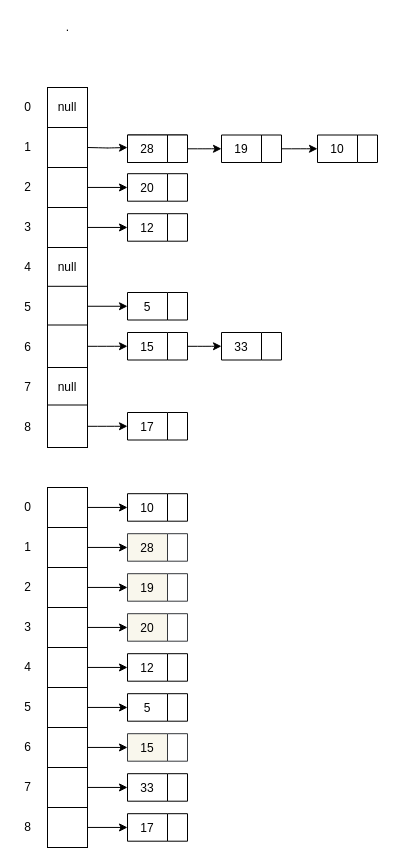
liviafernanda/teste2 keeps this draw.io diagram as Untitled Diagram.drawio. Above is the earlier version. Source tidied: cells renumbered, new cells numbered last; positions are measured from the earlier drawing's top-left corner, leaving out a move shared by most shapes. Both pictures are drawn from the tidied source at 100%, with x=0, y=0 at pixel (17, 17).
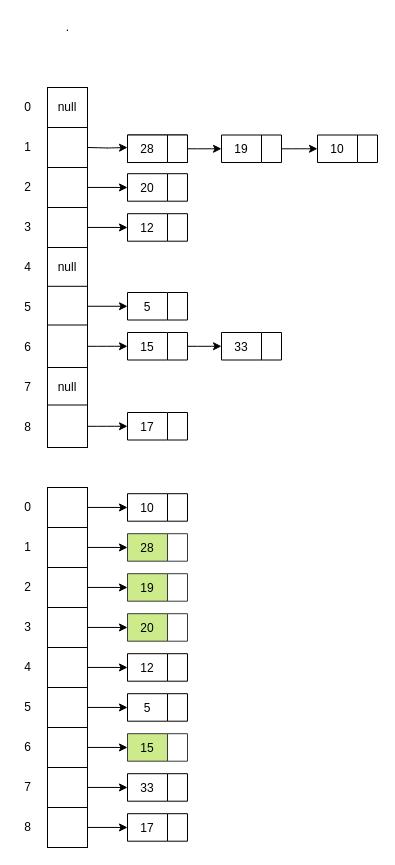
Above is the later version.

What changed in the source:
```diff
@@
-    <mxCell id="85" value="28" style="swimlane;fontStyle=0;horizontal=1;startSize=40;fillColor=#f9f7ed;swimlaneFillColor=#ffffff;rounded=0;sketch=0;direction=north;strokeColor=#36393d;" parent="1" vertex="1">
+    <mxCell id="85" value="28" style="swimlane;fontStyle=0;horizontal=1;startSize=40;fillColor=#cdeb8b;swimlaneFillColor=#ffffff;rounded=0;sketch=0;direction=north;strokeColor=#36393d;" parent="1" vertex="1">
       <mxGeometry x="110" y="516.2" width="60" height="27.5" as="geometry" />
     </mxCell>
-    <mxCell id="86" value="19" style="swimlane;fontStyle=0;horizontal=1;startSize=40;fillColor=#f9f7ed;swimlaneFillColor=#ffffff;rounded=0;sketch=0;direction=north;strokeColor=#36393d;" parent="1" vertex="1">
+    <mxCell id="86" value="19" style="swimlane;fontStyle=0;horizontal=1;startSize=40;fillColor=#cdeb8b;swimlaneFillColor=#ffffff;rounded=0;sketch=0;direction=north;strokeColor=#36393d;" parent="1" vertex="1">
       <mxGeometry x="110" y="556.2" width="60" height="27.5" as="geometry" />
     </mxCell>
-    <mxCell id="87" value="20" style="swimlane;fontStyle=0;horizontal=1;startSize=40;fillColor=#f9f7ed;swimlaneFillColor=#ffffff;rounded=0;sketch=0;direction=north;strokeColor=#36393d;" parent="1" vertex="1">
+    <mxCell id="87" value="20" style="swimlane;fontStyle=0;horizontal=1;startSize=40;fillColor=#cdeb8b;swimlaneFillColor=#ffffff;rounded=0;sketch=0;direction=north;strokeColor=#36393d;" parent="1" vertex="1">
       <mxGeometry x="110" y="596.2" width="60" height="27.5" as="geometry" />
     </mxCell>
@@
-    <mxCell id="90" value="15" style="swimlane;fontStyle=0;horizontal=1;startSize=40;fillColor=#f9f7ed;swimlaneFillColor=#ffffff;rounded=0;sketch=0;direction=north;strokeColor=#36393d;" parent="1" vertex="1">
+    <mxCell id="90" value="15" style="swimlane;fontStyle=0;horizontal=1;startSize=40;fillColor=#cdeb8b;swimlaneFillColor=#ffffff;rounded=0;sketch=0;direction=north;strokeColor=#36393d;" parent="1" vertex="1">
       <mxGeometry x="110" y="716.2" width="60" height="27.5" as="geometry" />
     </mxCell>
```
